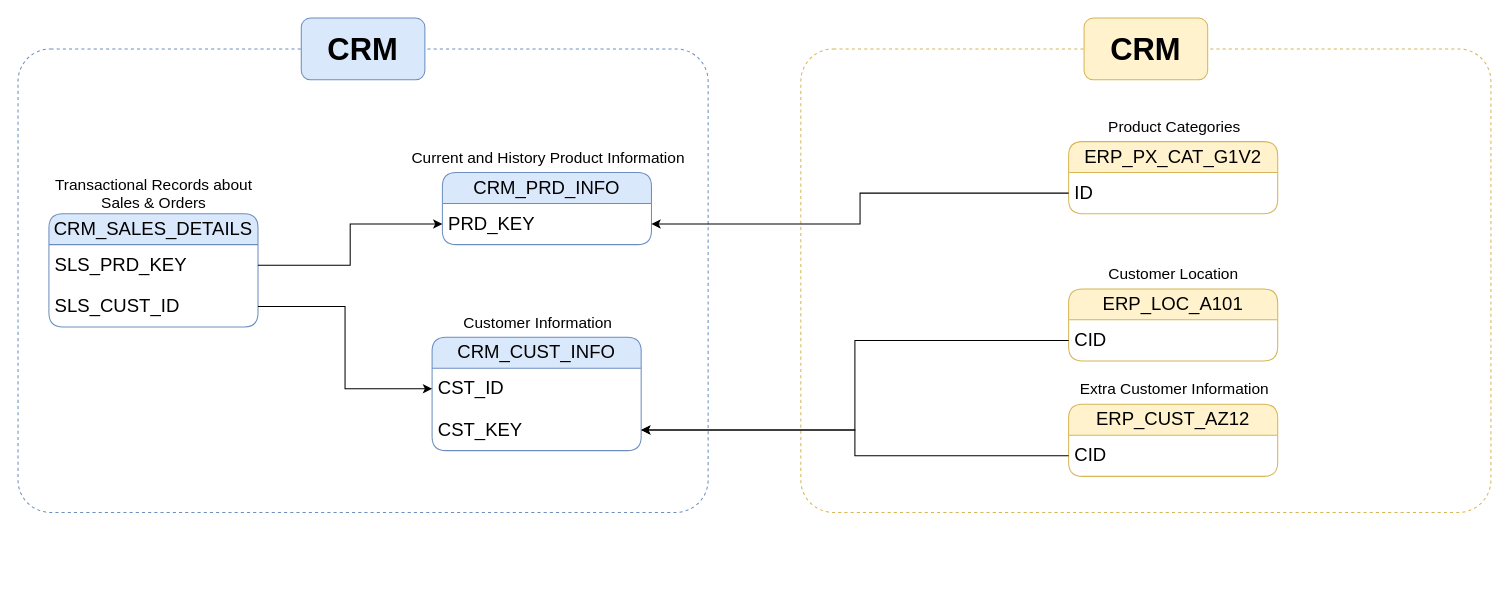
Before: _docs/integration_model.drawio in asadali27232/snowflake-sql-medallion-warehouse, a draw.io diagram. Source tidied: cells renumbered, new cells numbered last; positions are measured from the earlier drawing's top-left corner, leaving out a move shared by most shapes. Both pictures are drawn from the tidied source at 103%, with x=0, y=0 at pixel (18, 18).
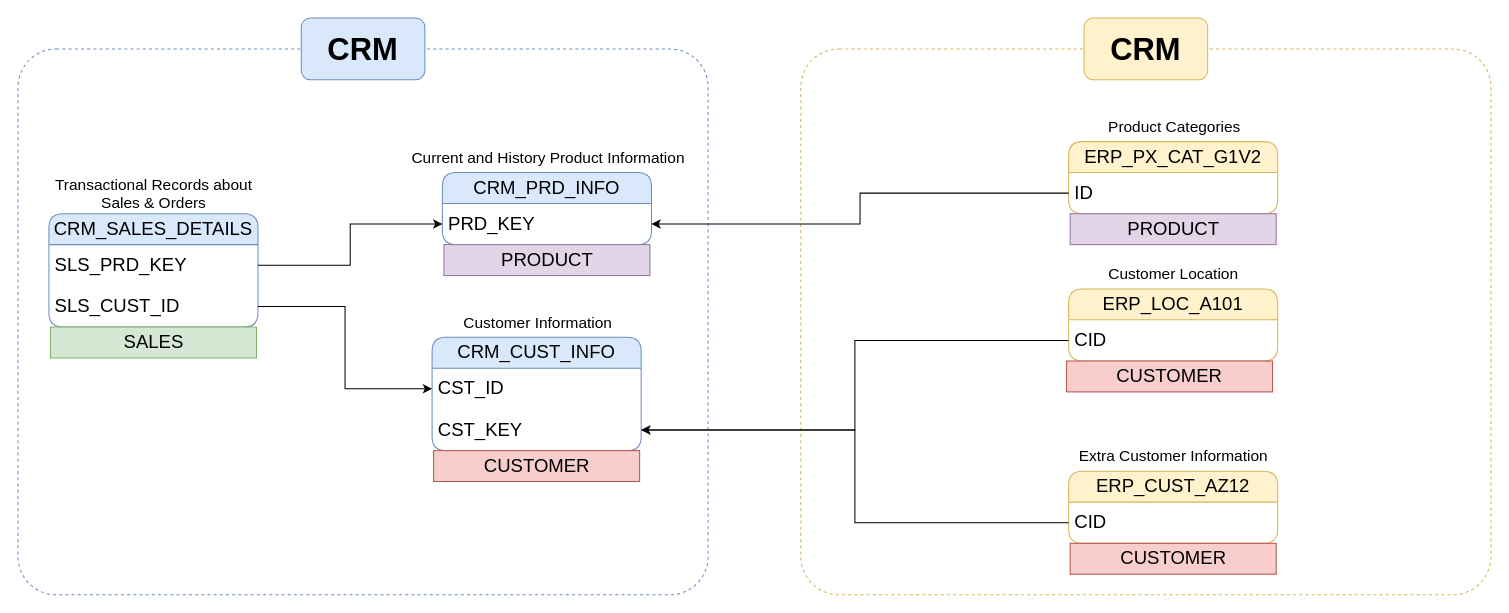
The same diagram, later.

Commit message (it also covers changes not shown here):
feat: add Gold layer data catalog and data model, and update data flow and integration diagrams.

The edit, as a diff of the source:
```diff
@@
     <mxCell id="2" style="rounded=1;whiteSpace=wrap;html=1;fillColor=none;arcSize=7;dashed=1;strokeColor=#6c8ebf;" parent="1" vertex="1">
-      <mxGeometry y="30" width="670" height="450" as="geometry" />
+      <mxGeometry y="30" width="670" height="530" as="geometry" />
     </mxCell>
     <mxCell id="3" style="rounded=1;whiteSpace=wrap;html=1;fillColor=none;arcSize=7;dashed=1;strokeColor=#d6b656;" parent="1" vertex="1">
-      <mxGeometry x="760" y="30" width="670" height="450" as="geometry" />
+      <mxGeometry x="760" y="30" width="670" height="530" as="geometry" />
     </mxCell>
@@
     <mxCell id="17" value="ERP_CUST_AZ12" style="swimlane;fontStyle=0;horizontal=1;startSize=30;whiteSpace=wrap;html=1;rounded=1;fillColor=#fff2cc;strokeColor=#d6b656;fontSize=18;" parent="1" vertex="1">
-      <mxGeometry x="1020" y="375" width="203" height="70" as="geometry" />
+      <mxGeometry x="1020" y="440" width="203" height="70" as="geometry" />
     </mxCell>
@@
     <mxCell id="19" value="Extra Customer Information" style="text;html=1;whiteSpace=wrap;strokeColor=none;fillColor=none;align=center;verticalAlign=middle;rounded=0;fontSize=15;" parent="1" vertex="1">
-      <mxGeometry x="1018" y="345" width="210" height="30" as="geometry" />
+      <mxGeometry x="1016.5" y="410" width="210" height="30" as="geometry" />
     </mxCell>
@@
+    <mxCell id="31" value="PRODUCT" style="text;html=1;strokeColor=#9673a6;fillColor=#e1d5e7;align=center;verticalAlign=middle;whiteSpace=wrap;overflow=hidden;fontSize=18;" parent="1" vertex="1">
+      <mxGeometry x="1021.5" y="190" width="200" height="30" as="geometry" />
+    </mxCell>
+    <mxCell id="32" value="PRODUCT" style="text;html=1;strokeColor=#9673a6;fillColor=#e1d5e7;align=center;verticalAlign=middle;whiteSpace=wrap;overflow=hidden;fontSize=18;" parent="1" vertex="1">
+      <mxGeometry x="413.5" y="220" width="200" height="30" as="geometry" />
+    </mxCell>
+    <mxCell id="33" value="CUSTOMER" style="text;html=1;strokeColor=#b85450;fillColor=#f8cecc;align=center;verticalAlign=middle;whiteSpace=wrap;overflow=hidden;fontSize=18;" parent="1" vertex="1">
+      <mxGeometry x="1018" y="333" width="200" height="30" as="geometry" />
+    </mxCell>
+    <mxCell id="34" value="CUSTOMER" style="text;html=1;strokeColor=#b85450;fillColor=#f8cecc;align=center;verticalAlign=middle;whiteSpace=wrap;overflow=hidden;fontSize=18;" parent="1" vertex="1">
+      <mxGeometry x="1021.5" y="510" width="200" height="30" as="geometry" />
+    </mxCell>
+    <mxCell id="35" value="CUSTOMER" style="text;html=1;strokeColor=#b85450;fillColor=#f8cecc;align=center;verticalAlign=middle;whiteSpace=wrap;overflow=hidden;fontSize=18;" parent="1" vertex="1">
+      <mxGeometry x="403.5" y="420" width="200" height="30" as="geometry" />
+    </mxCell>
+    <mxCell id="36" value="SALES" style="text;html=1;strokeColor=#82b366;fillColor=#d5e8d4;align=center;verticalAlign=middle;whiteSpace=wrap;overflow=hidden;fontSize=18;" parent="1" vertex="1">
+      <mxGeometry x="31.5" y="300" width="200" height="30" as="geometry" />
+    </mxCell>
```
